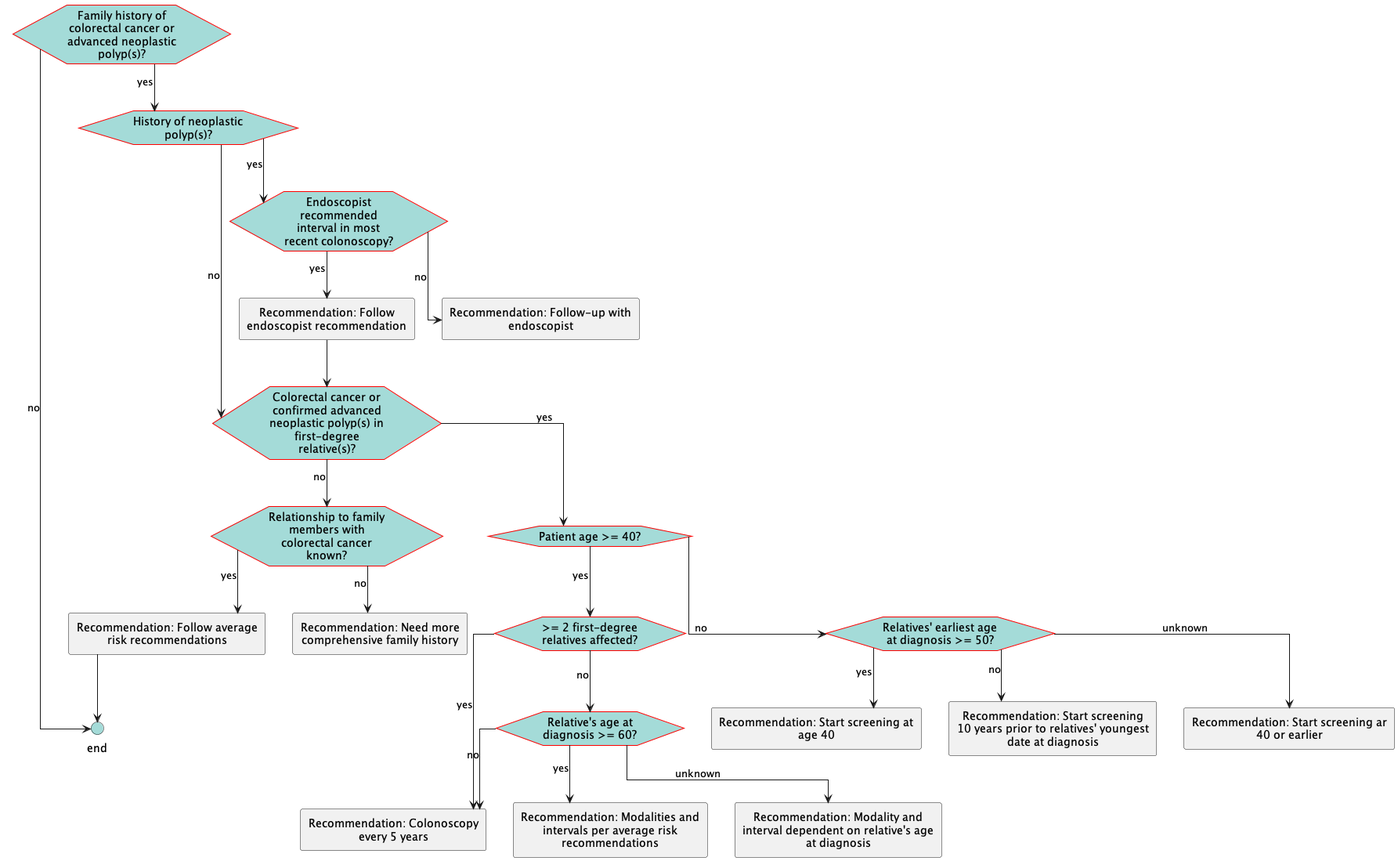
Above: images/flow-FamilyHx.png in ccsm-cds-tools/CDC-Colorectal-Cancer-Screening-CDS-L2 (PlantUML), before the change.
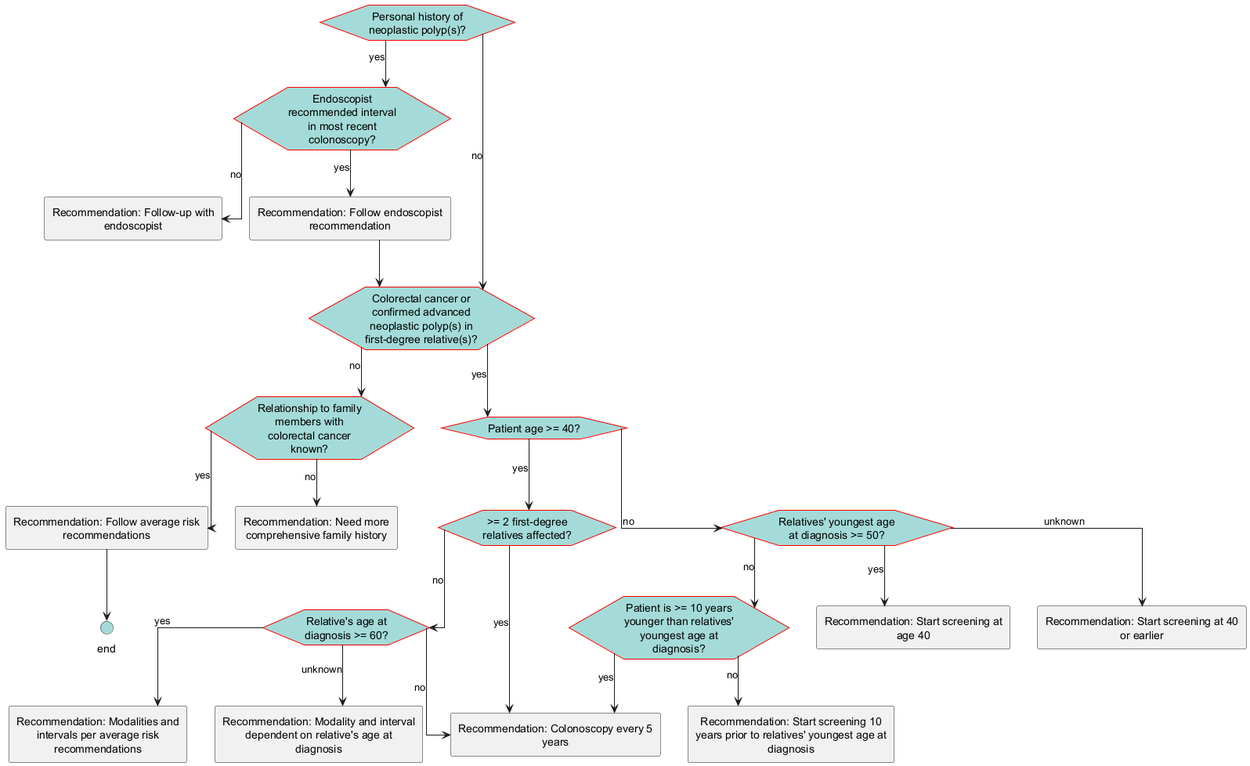
Later version of the same file.

Diff of the diagram source:
```diff
@@ -17,8 +17,7 @@
     BackGroundColor: #A4DBD8
 }
 </style>
-hexagon "Family history of colorectal cancer or advanced neoplastic polyp(s)?" as eve_FamilyHx [[#eve-FamilyHx]]
-hexagon "History of neoplastic polyp(s)?" as eve_HxPolyps2 [[#eve-HxPolyps2]]
+hexagon "Personal history of neoplastic polyp(s)?" as eve_HxPolyps2 [[#eve-HxPolyps2]]
 hexagon "Endoscopist recommended interval in most recent colonoscopy?" as eve_recommendedInterval2 [[#eve-recommendedInterval2]]
 rectangle "Recommendation: Follow endoscopist recommendation" as act_followEndoscopistRecommendation [[#act-followEndoscopistRecommendation]]
 hexagon "Colorectal cancer or confirmed advanced neoplastic polyp(s) in first-degree relative(s)?" as eve_FamHxFDR [[#eve-FamHxFDR]]
@@ -27,18 +26,17 @@
 hexagon "Patient age >= 40?" as eve_AgeOver40 [[#eve-AgeOver40]]
 hexagon ">= 2 first-degree relatives affected?" as eve_FamHx2orMoreFDR [[#eve-FamHx2orMoreFDR]]
 hexagon "Relative's age at diagnosis >= 60?" as eve_FDR60OrOlder [[#eve-FDR60OrOlder]]
-hexagon "Relatives' earliest age at diagnosis >= 50?" as eve_YoungestAgeAtDx50orOlder [[#eve-YoungestAgeAtDx50orOlder]]
-circle "end" as end_1 <<end>>
+hexagon "Relatives' youngest age at diagnosis >= 50?" as eve_YoungestAgeAtDx50orOlder [[#eve-YoungestAgeAtDx50orOlder]]
+hexagon "Patient is >= 10 years younger than relatives' youngest age at diagnosis?" as eve_PatientAgeAtOrOverYoungestFDRAgeAtDx [[#eve-PatientAgeAtOrOverYoungestFDRAgeAtDx]]
 rectangle "Recommendation: Follow-up with endoscopist" as act_followUpEndoscopist2 [[#act-followUpEndoscopist2]]
 rectangle "Recommendation: Need more comprehensive family history" as act_moreFamHx [[#act-moreFamHx]]
+circle "end" as end_1 <<end>>
 rectangle "Recommendation: Colonoscopy every 5 years" as act_ColonoscopyEvery5 [[#act-ColonoscopyEvery5]]
 rectangle "Recommendation: Modalities and intervals per average risk recommendations" as act_StartAt40AvgRiskOptions [[#act-StartAt40AvgRiskOptions]]
 rectangle "Recommendation: Modality and interval dependent on relative's age at diagnosis" as act_ColonoscopyOrAvgRisk [[#act-ColonoscopyOrAvgRisk]]
 rectangle "Recommendation: Start screening at age 40" as act_startatAge40 [[#act-startatAge40]]
-rectangle "Recommendation: Start screening 10 years prior to relatives' youngest date at diagnosis" as act_start10YearsPriorToFDRDx [[#act-start10YearsPriorToFDRDx]]
-rectangle "Recommendation: Start screening ar 40 or earlier" as act_startAtAge40or10YearsPriorToFDRDx [[#act-startAtAge40or10YearsPriorToFDRDx]]
-eve_FamilyHx-->eve_HxPolyps2: yes
-eve_FamilyHx-->end_1: no
+rectangle "Recommendation: Start screening 10 years prior to relatives' youngest age at diagnosis" as act_start10YearsPriorToFDRDx [[#act-start10YearsPriorToFDRDx]]
+rectangle "Recommendation: Start screening at 40 or earlier" as act_startAtAge40or10YearsPriorToFDRDx [[#act-startAtAge40or10YearsPriorToFDRDx]]
 eve_HxPolyps2-->eve_recommendedInterval2: yes
 eve_HxPolyps2-->eve_FamHxFDR: no
 eve_recommendedInterval2-->act_followEndoscopistRecommendation: yes
@@ -57,6 +55,8 @@
 eve_FDR60OrOlder-->act_ColonoscopyEvery5: no
 eve_FDR60OrOlder-->act_ColonoscopyOrAvgRisk: unknown
 eve_YoungestAgeAtDx50orOlder-->act_startatAge40: yes
-eve_YoungestAgeAtDx50orOlder-->act_start10YearsPriorToFDRDx: no
+eve_YoungestAgeAtDx50orOlder-->eve_PatientAgeAtOrOverYoungestFDRAgeAtDx: no
+eve_PatientAgeAtOrOverYoungestFDRAgeAtDx-->act_ColonoscopyEvery5: yes
+eve_PatientAgeAtOrOverYoungestFDRAgeAtDx-->act_start10YearsPriorToFDRDx: no
 eve_YoungestAgeAtDx50orOlder-->act_startAtAge40or10YearsPriorToFDRDx: unknown
 @enduml
```
